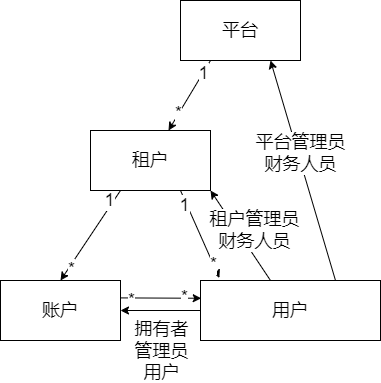
This is docs/diagrams/user-model.png from PKUHPC/OpenSCOW, a draw.io export, as it was before one commit. Source tidied: cells renumbered, new cells last; positions are measured from the earlier drawing's top-left corner, leaving out a move shared by most shapes.
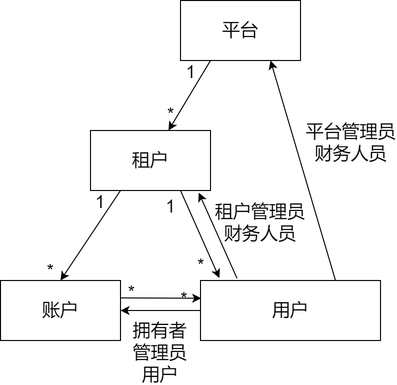
After the change.

Diff of the diagram source:
```diff
@@ -2,76 +2,90 @@
   <root>
     <mxCell id="0" />
     <mxCell id="1" parent="0" />
-    <mxCell id="2" style="edgeStyle=none;html=1;exitX=0.25;exitY=1;exitDx=0;exitDy=0;fontSize=18;" parent="1" edge="1" source="5" target="12">
+    <mxCell id="2" style="edgeStyle=none;exitX=0.25;exitY=1;exitDx=0;exitDy=0;fontSize=18;labelBackgroundColor=none;spacing=0;" parent="1" edge="1" source="5" target="12">
       <mxGeometry relative="1" as="geometry" />
     </mxCell>
-    <mxCell id="3" value="1" style="edgeLabel;html=1;align=center;verticalAlign=middle;fontSize=18;" parent="2" vertex="1">
-      <mxGeometry x="-0.63" relative="1" as="geometry" />
+    <mxCell id="3" value="1" style="edgeLabel;align=center;verticalAlign=middle;fontSize=18;labelBackgroundColor=none;spacing=0;" parent="2" vertex="1">
+      <mxGeometry x="-0.63" relative="1" as="geometry">
+        <mxPoint x="-12" y="-3" as="offset" />
+      </mxGeometry>
     </mxCell>
-    <mxCell id="4" value="*" style="edgeLabel;html=1;align=center;verticalAlign=middle;fontSize=18;" parent="2" vertex="1">
-      <mxGeometry x="0.51" y="-1" relative="1" as="geometry" />
+    <mxCell id="4" value="*" style="edgeLabel;align=center;verticalAlign=middle;fontSize=18;labelBackgroundColor=none;spacing=0;" parent="2" vertex="1">
+      <mxGeometry x="0.51" y="-1" relative="1" as="geometry">
+        <mxPoint x="-7" as="offset" />
+      </mxGeometry>
     </mxCell>
-    <mxCell id="5" value="平台" style="rounded=0;whiteSpace=wrap;html=1;fontSize=18;" parent="1" vertex="1">
+    <mxCell id="5" value="平台" style="rounded=0;whiteSpace=wrap;fontSize=18;labelBackgroundColor=none;spacing=0;" parent="1" vertex="1">
       <mxGeometry x="180" width="120" height="60" as="geometry" />
     </mxCell>
-    <mxCell id="6" style="edgeStyle=none;html=1;exitX=0.25;exitY=1;exitDx=0;exitDy=0;entryX=0.5;entryY=0;entryDx=0;entryDy=0;fontSize=18;" parent="1" edge="1" source="12" target="16">
+    <mxCell id="6" style="edgeStyle=none;exitX=0.25;exitY=1;exitDx=0;exitDy=0;entryX=0.5;entryY=0;entryDx=0;entryDy=0;fontSize=18;labelBackgroundColor=none;spacing=0;" parent="1" edge="1" source="12" target="16">
       <mxGeometry relative="1" as="geometry" />
     </mxCell>
-    <mxCell id="7" value="1" style="edgeLabel;html=1;align=center;verticalAlign=middle;fontSize=18;" parent="6" vertex="1">
-      <mxGeometry x="-0.73" y="-4" relative="1" as="geometry" />
+    <mxCell id="7" value="1" style="edgeLabel;align=center;verticalAlign=middle;fontSize=18;labelBackgroundColor=none;spacing=0;" parent="6" vertex="1">
+      <mxGeometry x="-0.73" y="-4" relative="1" as="geometry">
+        <mxPoint x="-9" as="offset" />
+      </mxGeometry>
     </mxCell>
-    <mxCell id="8" value="*" style="edgeLabel;html=1;align=center;verticalAlign=middle;fontSize=18;" parent="6" vertex="1">
-      <mxGeometry x="0.72" y="2" relative="1" as="geometry" />
+    <mxCell id="8" value="*" style="edgeLabel;align=center;verticalAlign=middle;fontSize=18;labelBackgroundColor=none;spacing=0;" parent="6" vertex="1">
+      <mxGeometry x="0.72" y="2" relative="1" as="geometry">
+        <mxPoint x="-20" as="offset" />
+      </mxGeometry>
     </mxCell>
-    <mxCell id="9" style="edgeStyle=none;html=1;exitX=0.75;exitY=1;exitDx=0;exitDy=0;entryX=0.105;entryY=-0.041;entryDx=0;entryDy=0;entryPerimeter=0;fontSize=18;" parent="1" edge="1" source="12" target="23">
+    <mxCell id="9" style="edgeStyle=none;exitX=0.75;exitY=1;exitDx=0;exitDy=0;entryX=0.105;entryY=-0.041;entryDx=0;entryDy=0;entryPerimeter=0;fontSize=18;labelBackgroundColor=none;spacing=0;" parent="1" edge="1" source="12" target="23">
       <mxGeometry relative="1" as="geometry" />
     </mxCell>
-    <mxCell id="10" value="1" style="edgeLabel;html=1;align=center;verticalAlign=middle;fontSize=18;" parent="9" vertex="1">
+    <mxCell id="10" value="1" style="edgeLabel;align=center;verticalAlign=middle;fontSize=18;labelBackgroundColor=none;spacing=0;" parent="9" vertex="1">
       <mxGeometry x="-0.7" y="-3" relative="1" as="geometry">
-        <mxPoint x="1" as="offset" />
+        <mxPoint x="-13" as="offset" />
       </mxGeometry>
     </mxCell>
-    <mxCell id="11" value="*" style="edgeLabel;html=1;align=center;verticalAlign=middle;fontSize=18;" parent="9" vertex="1">
-      <mxGeometry x="0.67" relative="1" as="geometry" />
+    <mxCell id="11" value="*" style="edgeLabel;align=center;verticalAlign=middle;fontSize=18;labelBackgroundColor=none;spacing=0;" parent="9" vertex="1">
+      <mxGeometry x="0.67" relative="1" as="geometry">
+        <mxPoint x="-12" as="offset" />
+      </mxGeometry>
     </mxCell>
-    <mxCell id="12" value="租户" style="rounded=0;whiteSpace=wrap;html=1;fontSize=18;" parent="1" vertex="1">
+    <mxCell id="12" value="租户" style="rounded=0;whiteSpace=wrap;fontSize=18;labelBackgroundColor=none;spacing=0;" parent="1" vertex="1">
       <mxGeometry x="90" y="130" width="120" height="60" as="geometry" />
     </mxCell>
-    <mxCell id="13" style="edgeStyle=none;html=1;entryX=0.004;entryY=0.296;entryDx=0;entryDy=0;fontSize=18;entryPerimeter=0;exitX=0.997;exitY=0.29;exitDx=0;exitDy=0;exitPerimeter=0;" parent="1" edge="1" source="16" target="23">
+    <mxCell id="13" style="edgeStyle=none;entryX=0.004;entryY=0.296;entryDx=0;entryDy=0;fontSize=18;entryPerimeter=0;exitX=0.997;exitY=0.29;exitDx=0;exitDy=0;exitPerimeter=0;labelBackgroundColor=none;spacing=0;" parent="1" edge="1" source="16" target="23">
       <mxGeometry relative="1" as="geometry" />
     </mxCell>
-    <mxCell id="14" value="*" style="edgeLabel;html=1;align=center;verticalAlign=middle;fontSize=18;" parent="13" vertex="1">
-      <mxGeometry x="-0.72" y="-2" relative="1" as="geometry" />
+    <mxCell id="14" value="*" style="edgeLabel;align=center;verticalAlign=middle;fontSize=18;labelBackgroundColor=none;spacing=0;" parent="13" vertex="1">
+      <mxGeometry x="-0.72" y="-2" relative="1" as="geometry">
+        <mxPoint y="-9" as="offset" />
+      </mxGeometry>
     </mxCell>
-    <mxCell id="15" value="*" style="edgeLabel;html=1;align=center;verticalAlign=middle;fontSize=18;" parent="13" vertex="1">
+    <mxCell id="15" value="*" style="edgeLabel;align=center;verticalAlign=middle;fontSize=18;labelBackgroundColor=none;spacing=0;" parent="13" vertex="1">
       <mxGeometry x="0.58" y="1" relative="1" as="geometry" />
     </mxCell>
-    <mxCell id="16" value="账户" style="rounded=0;whiteSpace=wrap;html=1;fontSize=18;" parent="1" vertex="1">
+    <mxCell id="16" value="账户" style="rounded=0;whiteSpace=wrap;fontSize=18;labelBackgroundColor=none;spacing=0;" parent="1" vertex="1">
       <mxGeometry y="280" width="120" height="60" as="geometry" />
     </mxCell>
-    <mxCell id="17" style="edgeStyle=none;html=1;entryX=1;entryY=1;entryDx=0;entryDy=0;fontSize=18;" parent="1" edge="1" source="23" target="12">
+    <mxCell id="17" style="edgeStyle=none;entryX=0.902;entryY=1.036;entryDx=0;entryDy=0;fontSize=18;labelBackgroundColor=none;exitX=0.203;exitY=-0.036;exitDx=0;exitDy=0;exitPerimeter=0;entryPerimeter=0;spacing=0;" parent="1" edge="1" source="23" target="12">
       <mxGeometry relative="1" as="geometry" />
     </mxCell>
-    <mxCell id="18" value="租户管理员&lt;br&gt;财务人员" style="edgeLabel;html=1;align=center;verticalAlign=middle;fontSize=18;" parent="17" vertex="1">
+    <mxCell id="18" value="租户管理员&#10;财务人员" style="edgeLabel;align=center;verticalAlign=middle;fontSize=18;labelBackgroundColor=none;spacing=0;" parent="17" vertex="1">
       <mxGeometry x="-0.19" y="-2" relative="1" as="geometry">
-        <mxPoint x="6" y="-13" as="offset" />
+        <mxPoint x="37" y="-22" as="offset" />
       </mxGeometry>
     </mxCell>
-    <mxCell id="19" style="edgeStyle=none;html=1;entryX=1;entryY=0.5;entryDx=0;entryDy=0;fontSize=18;" parent="1" edge="1" source="23" target="16">
+    <mxCell id="19" style="edgeStyle=none;entryX=1;entryY=0.5;entryDx=0;entryDy=0;fontSize=18;labelBackgroundColor=none;spacing=0;" parent="1" edge="1" source="23" target="16">
       <mxGeometry relative="1" as="geometry" />
     </mxCell>
-    <mxCell id="20" value="拥有者&lt;br&gt;管理员&lt;br&gt;用户" style="edgeLabel;html=1;align=center;verticalAlign=middle;fontSize=18;" parent="19" vertex="1">
+    <mxCell id="20" value="拥有者&#10;管理员&#10;用户" style="edgeLabel;align=center;verticalAlign=middle;fontSize=18;labelBackgroundColor=none;spacing=0;" parent="19" vertex="1">
       <mxGeometry x="0.21" relative="1" as="geometry">
         <mxPoint x="8" y="40" as="offset" />
       </mxGeometry>
     </mxCell>
-    <mxCell id="21" style="edgeStyle=none;html=1;exitX=0.75;exitY=0;exitDx=0;exitDy=0;entryX=0.75;entryY=1;entryDx=0;entryDy=0;fontSize=18;" parent="1" edge="1" source="23" target="5">
+    <mxCell id="21" style="edgeStyle=none;exitX=0.75;exitY=0;exitDx=0;exitDy=0;entryX=0.75;entryY=1;entryDx=0;entryDy=0;fontSize=18;labelBackgroundColor=none;spacing=0;" parent="1" edge="1" source="23" target="5">
       <mxGeometry relative="1" as="geometry" />
     </mxCell>
-    <mxCell id="22" value="平台管理员&lt;br&gt;财务人员" style="edgeLabel;html=1;align=center;verticalAlign=middle;fontSize=18;" parent="21" vertex="1">
-      <mxGeometry x="0.15" y="-2" relative="1" as="geometry" />
+    <mxCell id="22" value="平台管理员&#10;财务人员" style="edgeLabel;align=center;verticalAlign=middle;fontSize=18;labelBackgroundColor=none;spacing=0;" parent="21" vertex="1">
+      <mxGeometry x="0.15" y="-2" relative="1" as="geometry">
+        <mxPoint x="51" y="-12" as="offset" />
+      </mxGeometry>
     </mxCell>
-    <mxCell id="23" value="用户" style="rounded=0;whiteSpace=wrap;html=1;fontSize=18;" parent="1" vertex="1">
+    <mxCell id="23" value="用户" style="rounded=0;whiteSpace=wrap;fontSize=18;labelBackgroundColor=none;spacing=0;" parent="1" vertex="1">
       <mxGeometry x="200" y="280" width="180" height="60" as="geometry" />
     </mxCell>
   </root>
```
